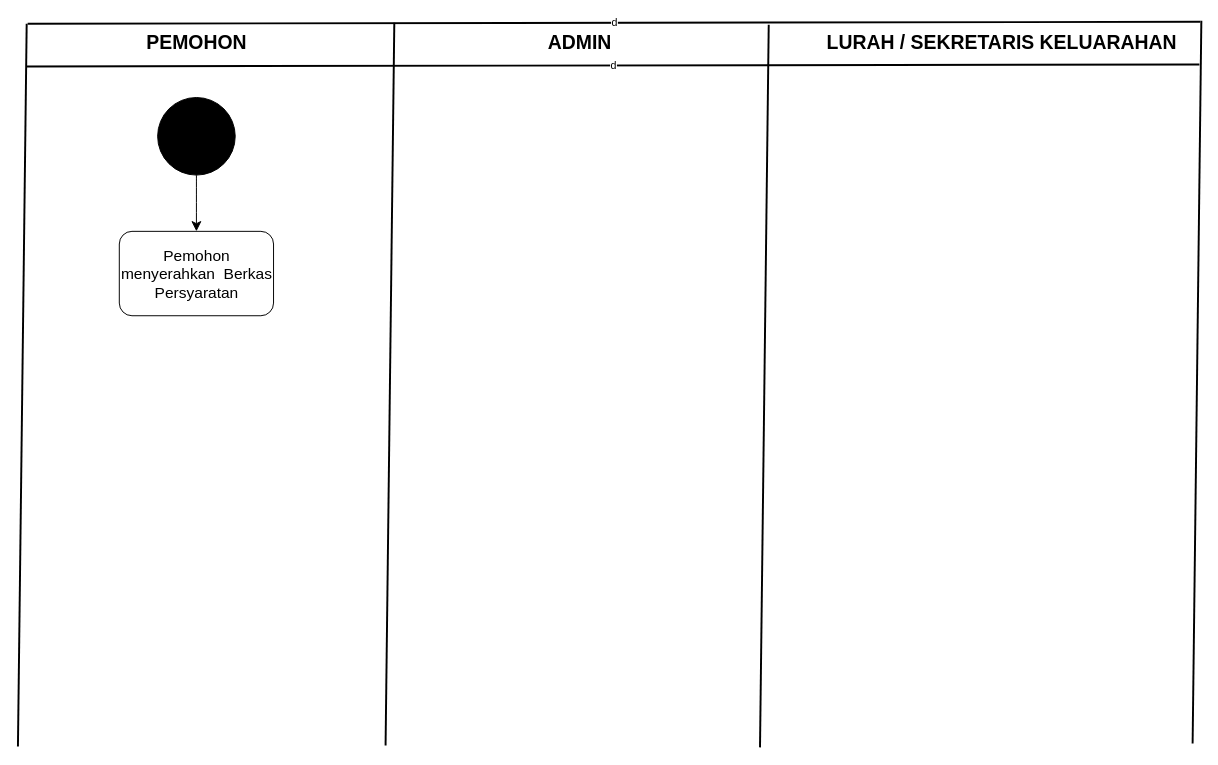
The draw.io diagram Entity PKL.drawio in dickisepto/Latihan-GIT, before the edit. Source tidied: cells renumbered, new cells numbered last; positions are measured from the earlier drawing's top-left corner, leaving out a move shared by most shapes. Both pictures are drawn from the tidied source at 97%, with x=0, y=0 at pixel (17, 20).
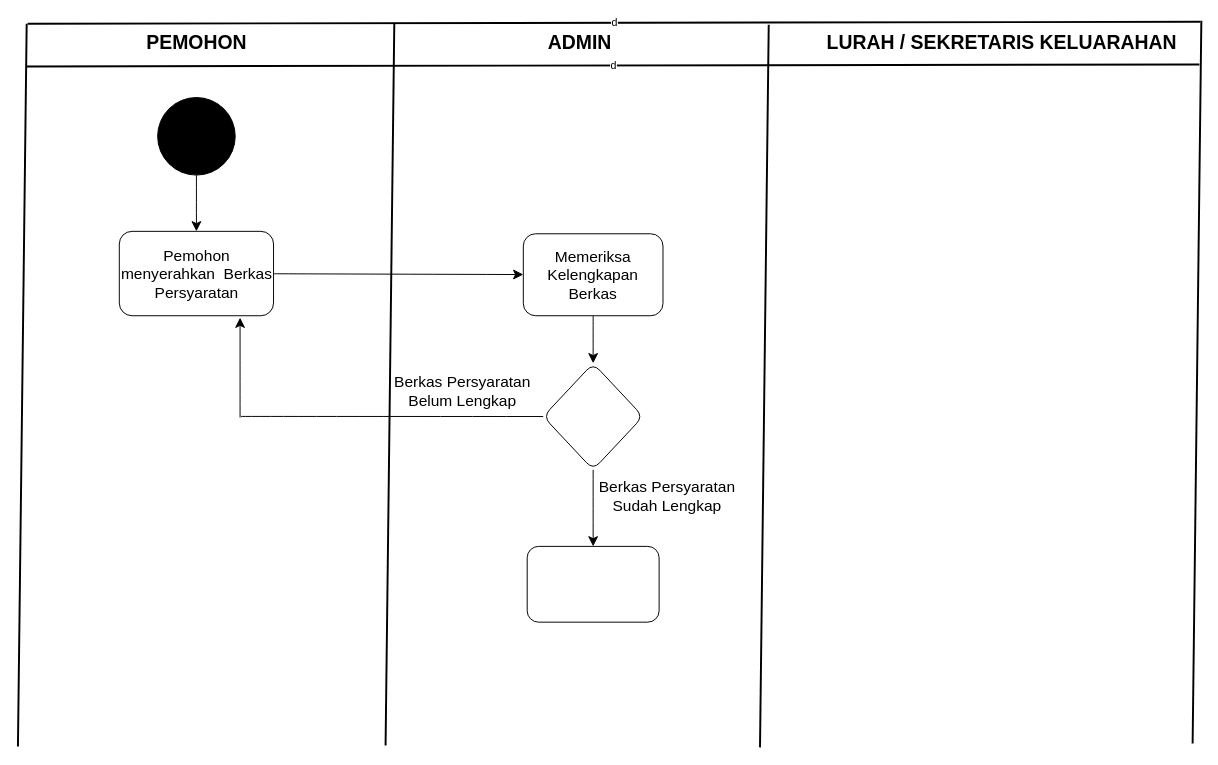
The same page after the edit.

Unchanged cells that the change refers to:
```xml
<mxCell id="13" value="Pemohon menyerahkan&amp;nbsp; Berkas Persyaratan" style="rounded=1;whiteSpace=wrap;html=1;fontSize=16;" parent="1" vertex="1">
  <mxGeometry x="104.5" y="217" width="159" height="87" as="geometry" />
</mxCell>
```

What changed in the source:
```diff
@@
+    <mxCell id="14" style="edgeStyle=none;curved=1;rounded=0;jettySize=auto;html=1;fontSize=12;startSize=8;endSize=8;" parent="1" edge="1" source="13" target="16">
+      <mxGeometry relative="1" as="geometry" />
+    </mxCell>
@@
+    <mxCell id="15" style="edgeStyle=none;curved=1;rounded=0;jettySize=auto;html=1;fontSize=12;startSize=8;endSize=8;" parent="1" edge="1" source="16" target="18">
+      <mxGeometry relative="1" as="geometry" />
+    </mxCell>
+    <mxCell id="16" value="Memeriksa Kelengkapan Berkas" style="whiteSpace=wrap;html=1;fontSize=16;rounded=1;" parent="1" vertex="1">
+      <mxGeometry x="521" y="219.5" width="144" height="84.5" as="geometry" />
+    </mxCell>
+    <mxCell id="17" style="edgeStyle=none;curved=1;rounded=0;jettySize=auto;html=1;fontSize=12;startSize=8;endSize=8;" parent="1" edge="1" source="18" target="22">
+      <mxGeometry relative="1" as="geometry" />
+    </mxCell>
+    <mxCell id="18" style="rhombus;whiteSpace=wrap;html=1;fontSize=16;rounded=1;" parent="1" vertex="1">
+      <mxGeometry x="541.5" y="353" width="103" height="109.8" as="geometry" />
+    </mxCell>
+    <mxCell id="19" style="endArrow=none;html=1;rounded=0;fontSize=12;startSize=8;endSize=8;curved=1;entryX=0;entryY=0.5;entryDx=0;entryDy=0;" parent="1" edge="1" target="18">
+      <mxGeometry relative="1" as="geometry">
+        <mxPoint x="230" y="407.8" as="sourcePoint" />
+      </mxGeometry>
+    </mxCell>
+    <mxCell id="20" style="endArrow=classic;html=1;rounded=0;fontSize=12;startSize=8;endSize=8;curved=1;entryX=0.612;entryY=1.023;entryDx=0;entryDy=0;entryPerimeter=0;" parent="1" edge="1">
+      <mxGeometry relative="1" as="geometry">
+        <mxPoint x="229" y="409" as="sourcePoint" />
+        <mxPoint x="229" y="306" as="targetPoint" />
+      </mxGeometry>
+    </mxCell>
+    <mxCell id="21" value="&lt;div&gt;Berkas Persyaratan&lt;/div&gt;&lt;div&gt;Belum Lengkap&lt;br&gt;&lt;/div&gt;" style="text;html=1;align=center;verticalAlign=middle;strokeColor=none;fillColor=none;fontSize=16;" parent="1" vertex="1">
+      <mxGeometry x="378" y="357" width="159" height="50" as="geometry" />
+    </mxCell>
+    <mxCell id="22" style="whiteSpace=wrap;html=1;fontSize=16;rounded=1;" parent="1" vertex="1">
+      <mxGeometry x="525" y="541.8" width="136" height="78.1" as="geometry" />
+    </mxCell>
+    <mxCell id="23" value="&lt;div&gt;Berkas Persyaratan&lt;/div&gt;&lt;div&gt;Sudah Lengkap&lt;br&gt;&lt;/div&gt;" style="text;html=1;align=center;verticalAlign=middle;strokeColor=none;fillColor=none;fontSize=16;" parent="1" vertex="1">
+      <mxGeometry x="589" y="465" width="159" height="50" as="geometry" />
+    </mxCell>
```
